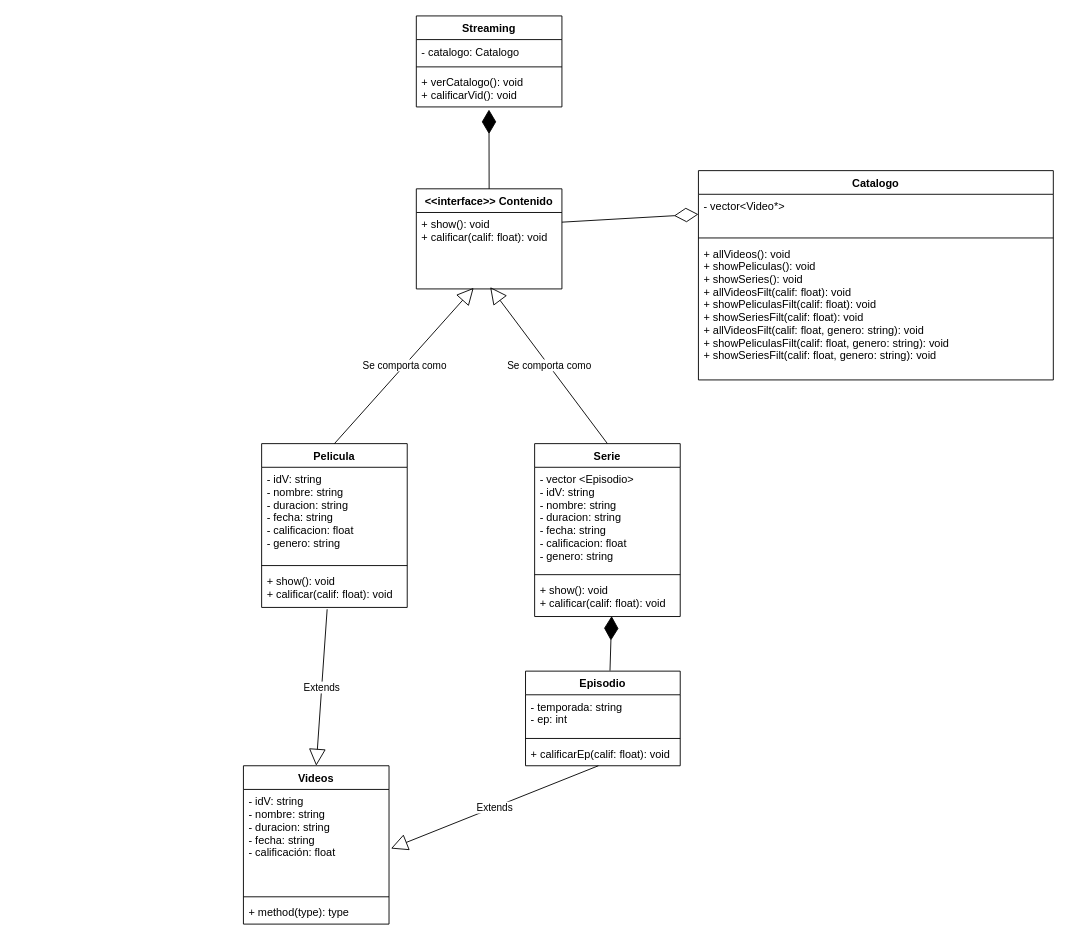
A01750658/proyecto_cpp keeps this draw.io diagram as streaming 2.drawio. Above is the earlier version. Source tidied: cells renumbered, new cells numbered last; positions are measured from the earlier drawing's top-left corner, leaving out a move shared by most shapes. Both pictures are drawn from the tidied source at 91%, with x=0, y=0 at pixel (243, 15).
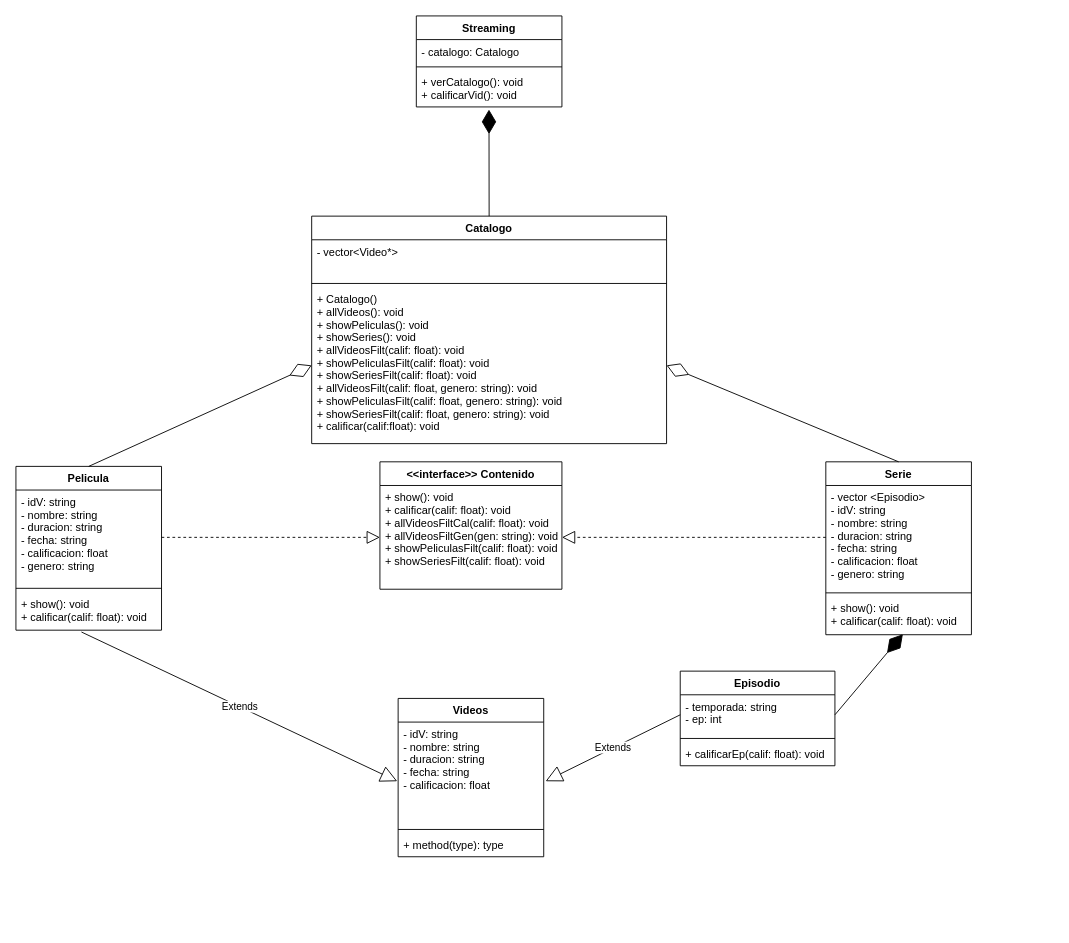
After the change.

The change refers to these unchanged cells:
```xml
<mxCell id="5" value="- vector&lt;Video*&gt;" style="text;strokeColor=none;fillColor=none;align=left;verticalAlign=top;spacingLeft=4;spacingRight=4;overflow=hidden;points=[[0,0.5],[1,0.5]];portConstraint=eastwest;" parent="4" vertex="1">
  <mxGeometry y="26" width="390" height="44" as="geometry" />
</mxCell>
<mxCell id="15" value="+ verCatalogo(): void&#10;+ calificarVid(): void" style="text;strokeColor=none;fillColor=none;align=left;verticalAlign=top;spacingLeft=4;spacingRight=4;overflow=hidden;points=[[0,0.5],[1,0.5]];portConstraint=eastwest;" parent="12" vertex="1">
  <mxGeometry y="60" width="160" height="40" as="geometry" />
</mxCell>
<mxCell id="17" value="- idV: string&#10;- nombre: string&#10;- duracion: string&#10;- fecha: string&#10;- calificacion: float&#10;- genero: string" style="text;strokeColor=none;fillColor=none;align=left;verticalAlign=top;spacingLeft=4;spacingRight=4;overflow=hidden;points=[[0,0.5],[1,0.5]];portConstraint=eastwest;" parent="16" vertex="1">
  <mxGeometry y="26" width="160" height="104" as="geometry" />
</mxCell>
<mxCell id="19" value="+ show(): void&#10;+ calificar(calif: float): void" style="text;strokeColor=none;fillColor=none;align=left;verticalAlign=top;spacingLeft=4;spacingRight=4;overflow=hidden;points=[[0,0.5],[1,0.5]];portConstraint=eastwest;" parent="16" vertex="1">
  <mxGeometry y="138" width="160" height="42" as="geometry" />
</mxCell>
<mxCell id="22" value="- vector &lt;Episodio&gt;&#10;- idV: string&#10;- nombre: string&#10;- duracion: string&#10;- fecha: string&#10;- calificacion: float&#10;- genero: string" style="text;strokeColor=none;fillColor=none;align=left;verticalAlign=top;spacingLeft=4;spacingRight=4;overflow=hidden;points=[[0,0.5],[1,0.5]];portConstraint=eastwest;" parent="21" vertex="1">
  <mxGeometry y="26" width="160" height="114" as="geometry" />
</mxCell>
<mxCell id="24" value="+ show(): void&#10;+ calificar(calif: float): void" style="text;strokeColor=none;fillColor=none;align=left;verticalAlign=top;spacingLeft=4;spacingRight=4;overflow=hidden;points=[[0,0.5],[1,0.5]];portConstraint=eastwest;" parent="21" vertex="1">
  <mxGeometry y="148" width="160" height="42" as="geometry" />
</mxCell>
<mxCell id="26" value="- temporada: string&#10;- ep: int" style="text;strokeColor=none;fillColor=none;align=left;verticalAlign=top;spacingLeft=4;spacingRight=4;overflow=hidden;points=[[0,0.5],[1,0.5]];portConstraint=eastwest;" parent="25" vertex="1">
  <mxGeometry y="26" width="170" height="44" as="geometry" />
</mxCell>
<mxCell id="28" value="+ calificarEp(calif: float): void" style="text;strokeColor=none;fillColor=none;align=left;verticalAlign=top;spacingLeft=4;spacingRight=4;overflow=hidden;points=[[0,0.5],[1,0.5]];portConstraint=eastwest;" parent="25" vertex="1">
  <mxGeometry y="78" width="170" height="26" as="geometry" />
</mxCell>
```

What changed in the source:
```diff
@@
-    <mxCell id="2" style="endArrow=diamondThin;endFill=0;endSize=24;html=1;exitX=1;exitY=0.333;exitDx=0;exitDy=0;exitPerimeter=0;entryX=0;entryY=0.5;entryDx=0;entryDy=0;" parent="1" edge="1" source="8" target="5">
-      <mxGeometry relative="1" as="geometry" />
-    </mxCell>
-    <mxCell id="3" style="endArrow=diamondThin;endFill=1;endSize=24;html=1;entryX=0.529;entryY=0.988;entryDx=0;entryDy=0;entryPerimeter=0;exitX=0.546;exitY=-0.005;exitDx=0;exitDy=0;exitPerimeter=0;" parent="1" edge="1" source="25" target="24">
+    <mxCell id="3" style="endArrow=diamondThin;endFill=1;endSize=24;html=1;entryX=0.529;entryY=0.988;entryDx=0;entryDy=0;entryPerimeter=0;exitX=1;exitY=0.5;exitDx=0;exitDy=0;" parent="1" edge="1" source="26" target="24">
       <mxGeometry relative="1" as="geometry" />
     </mxCell>
     <mxCell id="4" value="Catalogo" style="swimlane;fontStyle=1;align=center;verticalAlign=top;horizontal=1;startSize=26;" parent="1" vertex="1">
-      <mxGeometry x="500" y="170" width="390" height="230" as="geometry" />
+      <mxGeometry x="75" y="220" width="390" height="250" as="geometry" />
     </mxCell>
@@
-    <mxCell id="7" value="+ allVideos(): void&#10;+ showPeliculas(): void&#10;+ showSeries(): void&#10;+ allVideosFilt(calif: float): void&#10;+ showPeliculasFilt(calif: float): void&#10;+ showSeriesFilt(calif: float): void&#10;+ allVideosFilt(calif: float, genero: string): void&#10;+ showPeliculasFilt(calif: float, genero: string): void&#10;+ showSeriesFilt(calif: float, genero: string): void" style="text;strokeColor=none;fillColor=none;align=left;verticalAlign=top;spacingLeft=4;spacingRight=4;overflow=hidden;points=[[0,0.5],[1,0.5]];portConstraint=eastwest;" parent="4" vertex="1">
-      <mxGeometry y="78" width="390" height="152" as="geometry" />
+    <mxCell id="7" value="+ Catalogo()&#10;+ allVideos(): void&#10;+ showPeliculas(): void&#10;+ showSeries(): void&#10;+ allVideosFilt(calif: float): void&#10;+ showPeliculasFilt(calif: float): void&#10;+ showSeriesFilt(calif: float): void&#10;+ allVideosFilt(calif: float, genero: string): void&#10;+ showPeliculasFilt(calif: float, genero: string): void&#10;+ showSeriesFilt(calif: float, genero: string): void&#10;+ calificar(calif:float): void" style="text;strokeColor=none;fillColor=none;align=left;verticalAlign=top;spacingLeft=4;spacingRight=4;overflow=hidden;points=[[0,0.5],[1,0.5]];portConstraint=eastwest;" parent="4" vertex="1">
+      <mxGeometry y="78" width="390" height="172" as="geometry" />
     </mxCell>
     <mxCell id="8" value="&lt;&lt;interface&gt;&gt; Contenido" style="swimlane;fontStyle=1;align=center;verticalAlign=top;horizontal=1;startSize=26;" parent="1" vertex="1">
-      <mxGeometry x="190" y="190" width="160" height="110" as="geometry" />
+      <mxGeometry x="150" y="490" width="200" height="140" as="geometry" />
     </mxCell>
-    <mxCell id="9" value="+ show(): void&#10;+ calificar(calif: float): void&#10;" style="text;strokeColor=none;fillColor=none;align=left;verticalAlign=top;spacingLeft=4;spacingRight=4;overflow=hidden;points=[[0,0.5],[1,0.5]];portConstraint=eastwest;" parent="8" vertex="1">
-      <mxGeometry y="26" width="160" height="84" as="geometry" />
+    <mxCell id="9" value="+ show(): void&#10;+ calificar(calif: float): void&#10;+ allVideosFiltCal(calif: float): void&#10;+ allVideosFiltGen(gen: string): void&#10;+ showPeliculasFilt(calif: float): void&#10;+ showSeriesFilt(calif: float): void&#10;" style="text;strokeColor=none;fillColor=none;align=left;verticalAlign=top;spacingLeft=4;spacingRight=4;overflow=hidden;points=[[0,0.5],[1,0.5]];portConstraint=eastwest;" parent="8" vertex="1">
+      <mxGeometry y="26" width="200" height="114" as="geometry" />
     </mxCell>
-    <mxCell id="10" value="Se comporta como" style="endArrow=block;endSize=16;endFill=0;html=1;entryX=0.507;entryY=0.976;entryDx=0;entryDy=0;entryPerimeter=0;exitX=0.5;exitY=0;exitDx=0;exitDy=0;" parent="1" edge="1" source="21" target="9">
-      <mxGeometry relative="1" as="geometry" />
-    </mxCell>
-    <mxCell id="11" style="endArrow=diamondThin;endFill=1;endSize=24;html=1;exitX=0.5;exitY=0;exitDx=0;exitDy=0;entryX=0.499;entryY=1.072;entryDx=0;entryDy=0;entryPerimeter=0;" parent="1" edge="1" source="8" target="15">
+    <mxCell id="11" style="endArrow=diamondThin;endFill=1;endSize=24;html=1;entryX=0.499;entryY=1.072;entryDx=0;entryDy=0;entryPerimeter=0;exitX=0.5;exitY=0;exitDx=0;exitDy=0;" parent="1" edge="1" source="4" target="15">
       <mxGeometry relative="1" as="geometry" />
     </mxCell>
@@
     <mxCell id="16" value="Pelicula" style="swimlane;fontStyle=1;align=center;verticalAlign=top;horizontal=1;startSize=26;" parent="1" vertex="1">
-      <mxGeometry x="20" y="470" width="160" height="180" as="geometry" />
+      <mxGeometry x="-250" y="495" width="160" height="180" as="geometry" />
     </mxCell>
@@
-    <mxCell id="20" value="Se comporta como" style="endArrow=block;endSize=16;endFill=0;html=1;exitX=0.5;exitY=0;exitDx=0;exitDy=0;entryX=0.394;entryY=0.986;entryDx=0;entryDy=0;entryPerimeter=0;" parent="1" edge="1" source="16" target="9">
-      <mxGeometry relative="1" as="geometry" />
-    </mxCell>
     <mxCell id="21" value="Serie" style="swimlane;fontStyle=1;align=center;verticalAlign=top;horizontal=1;startSize=26;" parent="1" vertex="1">
-      <mxGeometry x="320" y="470" width="160" height="190" as="geometry" />
+      <mxGeometry x="640" y="490" width="160" height="190" as="geometry" />
     </mxCell>
@@
     <mxCell id="25" value="Episodio" style="swimlane;fontStyle=1;align=center;verticalAlign=top;horizontal=1;startSize=26;" parent="1" vertex="1">
-      <mxGeometry x="310" y="720" width="170" height="104" as="geometry" />
+      <mxGeometry x="480" y="720" width="170" height="104" as="geometry" />
     </mxCell>
@@
     <mxCell id="29" value="Videos" style="swimlane;fontStyle=1;align=center;verticalAlign=top;horizontal=1;startSize=26;" parent="1" vertex="1">
-      <mxGeometry y="824" width="160" height="174" as="geometry" />
+      <mxGeometry x="170" y="750" width="160" height="174" as="geometry" />
     </mxCell>
-    <mxCell id="30" value="- idV: string&#10;- nombre: string&#10;- duracion: string&#10;- fecha: string&#10;- calificación: float" style="text;strokeColor=none;fillColor=none;align=left;verticalAlign=top;spacingLeft=4;spacingRight=4;overflow=hidden;points=[[0,0.5],[1,0.5]];portConstraint=eastwest;" parent="29" vertex="1">
+    <mxCell id="30" value="- idV: string&#10;- nombre: string&#10;- duracion: string&#10;- fecha: string&#10;- calificacion: float" style="text;strokeColor=none;fillColor=none;align=left;verticalAlign=top;spacingLeft=4;spacingRight=4;overflow=hidden;points=[[0,0.5],[1,0.5]];portConstraint=eastwest;" parent="29" vertex="1">
       <mxGeometry y="26" width="160" height="114" as="geometry" />
     </mxCell>
@@
-    <mxCell id="33" value="Extends" style="endArrow=block;endSize=16;endFill=0;html=1;entryX=1.013;entryY=0.57;entryDx=0;entryDy=0;entryPerimeter=0;exitX=0.471;exitY=1;exitDx=0;exitDy=0;exitPerimeter=0;" parent="1" edge="1" source="28" target="30">
+    <mxCell id="33" value="Extends" style="endArrow=block;endSize=16;endFill=0;html=1;entryX=1.013;entryY=0.57;entryDx=0;entryDy=0;entryPerimeter=0;exitX=0;exitY=0.5;exitDx=0;exitDy=0;" parent="1" edge="1" source="26" target="30">
       <mxGeometry relative="1" as="geometry" />
     </mxCell>
-    <mxCell id="34" value="Extends" style="endArrow=block;endSize=16;endFill=0;html=1;exitX=0.45;exitY=1.048;exitDx=0;exitDy=0;exitPerimeter=0;entryX=0.5;entryY=0;entryDx=0;entryDy=0;" parent="1" edge="1" source="19" target="29">
+    <mxCell id="34" value="Extends" style="endArrow=block;endSize=16;endFill=0;html=1;exitX=0.45;exitY=1.048;exitDx=0;exitDy=0;exitPerimeter=0;entryX=-0.006;entryY=0.57;entryDx=0;entryDy=0;entryPerimeter=0;" parent="1" edge="1" source="19" target="30">
       <mxGeometry relative="1" as="geometry" />
     </mxCell>
+    <mxCell id="35" style="endArrow=diamondThin;endFill=0;endSize=24;html=1;exitX=0.5;exitY=0;exitDx=0;exitDy=0;entryX=0;entryY=0.5;entryDx=0;entryDy=0;" parent="1" edge="1" source="16" target="7">
+      <mxGeometry relative="1" as="geometry" />
+    </mxCell>
+    <mxCell id="36" style="endArrow=diamondThin;endFill=0;endSize=24;html=1;exitX=0.5;exitY=0;exitDx=0;exitDy=0;entryX=1;entryY=0.5;entryDx=0;entryDy=0;" parent="1" edge="1" source="21" target="7">
+      <mxGeometry relative="1" as="geometry" />
+    </mxCell>
+    <mxCell id="37" style="endArrow=block;dashed=1;endFill=0;endSize=12;html=1;exitX=1;exitY=0.5;exitDx=0;exitDy=0;entryX=0;entryY=0.5;entryDx=0;entryDy=0;" parent="1" edge="1" source="17" target="9">
+      <mxGeometry relative="1" as="geometry" />
+    </mxCell>
+    <mxCell id="38" style="endArrow=block;dashed=1;endFill=0;endSize=12;html=1;exitX=0;exitY=0.5;exitDx=0;exitDy=0;entryX=1;entryY=0.5;entryDx=0;entryDy=0;" parent="1" edge="1" source="22" target="9">
+      <mxGeometry relative="1" as="geometry" />
+    </mxCell>
```
